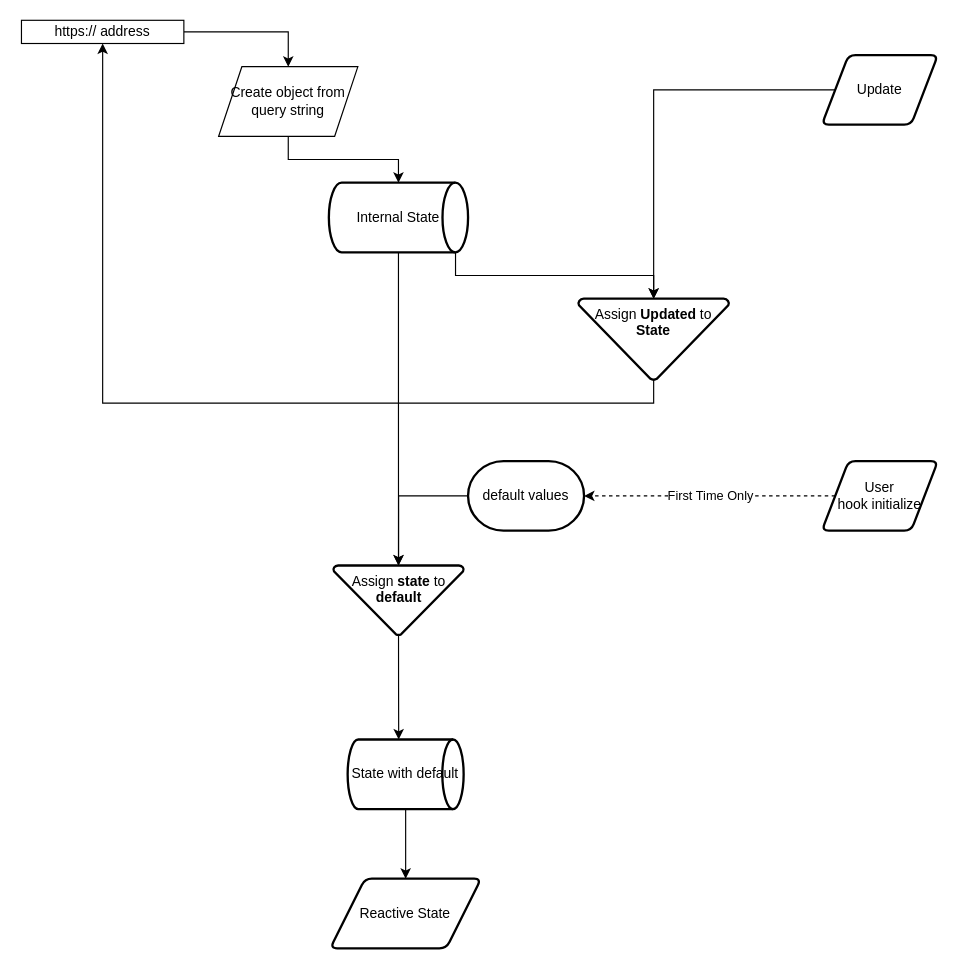
Earlier version of the draw.io diagram Flow.drawio (baruchiro/use-route-as-state). Source tidied: cells renumbered, new cells numbered last; positions are measured from the earlier drawing's top-left corner, leaving out a move shared by most shapes. Both pictures are drawn from the tidied source at 116%, with x=0, y=0 at pixel (21, 20).
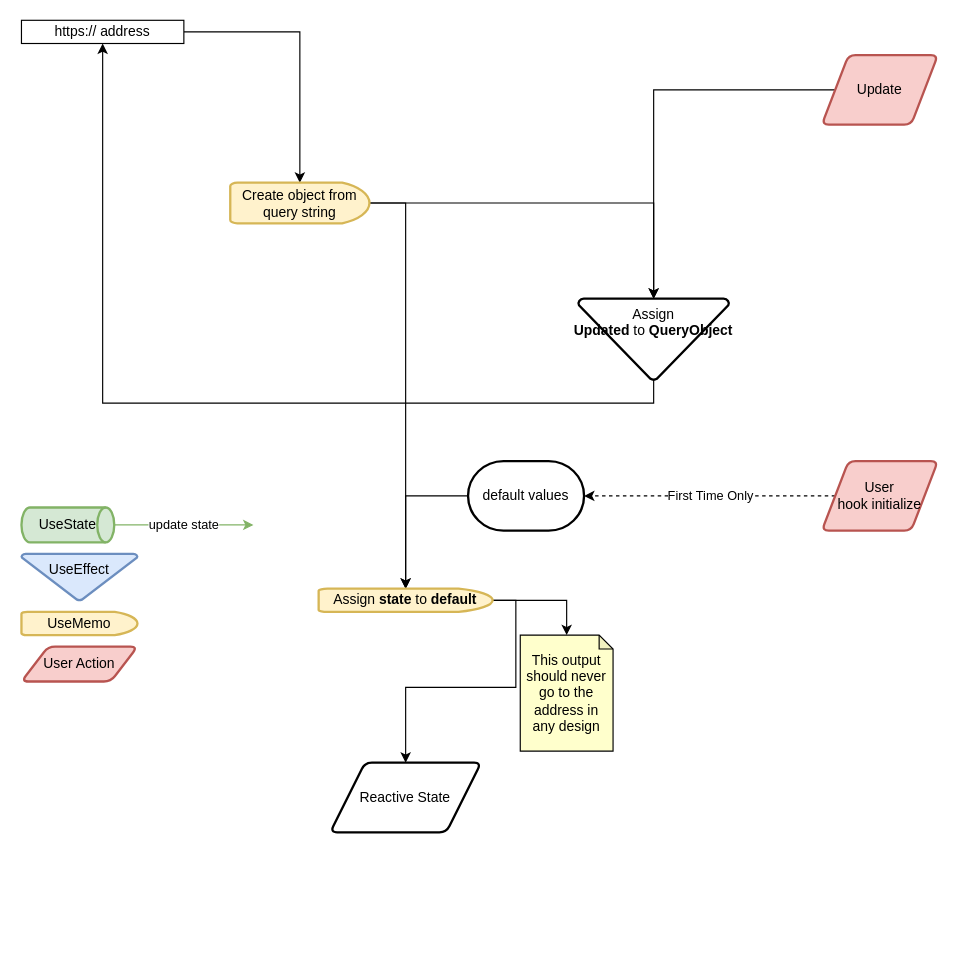
The same page after the edit.

Commit message:
Use memo

The change refers to these unchanged cells:
```xml
<mxCell id="3" value="https:// address" style="rounded=0;whiteSpace=wrap;html=1;" parent="1" vertex="1">
  <mxGeometry width="140" height="20" as="geometry" />
</mxCell>
<mxCell id="16" value="default values" style="strokeWidth=2;html=1;shape=mxgraph.flowchart.terminator;whiteSpace=wrap;" parent="1" vertex="1">
  <mxGeometry x="385" y="380" width="100" height="60" as="geometry" />
</mxCell>
```

What changed in the source:
```diff
@@
-    <mxCell id="2" style="edgeStyle=orthogonalEdgeStyle;rounded=0;jettySize=auto;html=1;" parent="1" edge="1" source="3" target="8">
+    <mxCell id="2" style="edgeStyle=orthogonalEdgeStyle;rounded=0;jettySize=auto;html=1;entryX=0.5;entryY=0;entryDx=0;entryDy=0;entryPerimeter=0;" parent="1" edge="1" source="3" target="8">
       <mxGeometry relative="1" as="geometry" />
     </mxCell>
@@
-    <mxCell id="5" value="User&lt;br&gt;hook initialize" style="shape=parallelogram;html=1;strokeWidth=2;perimeter=parallelogramPerimeter;whiteSpace=wrap;rounded=1;arcSize=12;size=0.23;" parent="1" vertex="1">
+    <mxCell id="5" value="User&lt;br&gt;hook initialize" style="shape=parallelogram;html=1;strokeWidth=2;perimeter=parallelogramPerimeter;whiteSpace=wrap;rounded=1;arcSize=12;size=0.23;fillColor=#f8cecc;strokeColor=#b85450;" parent="1" vertex="1">
       <mxGeometry x="690" y="380" width="100" height="60" as="geometry" />
     </mxCell>
     <mxCell id="6" value="Reactive State" style="shape=parallelogram;html=1;strokeWidth=2;perimeter=parallelogramPerimeter;whiteSpace=wrap;rounded=1;arcSize=12;size=0.23;" parent="1" vertex="1">
-      <mxGeometry x="266.2" y="740" width="130" height="60" as="geometry" />
+      <mxGeometry x="266.2" y="640" width="130" height="60" as="geometry" />
     </mxCell>
-    <mxCell id="7" style="edgeStyle=orthogonalEdgeStyle;rounded=0;jettySize=auto;html=1;entryX=0.5;entryY=0;entryDx=0;entryDy=0;entryPerimeter=0;" parent="1" edge="1" source="8" target="11">
-      <mxGeometry relative="1" as="geometry" />
-    </mxCell>
-    <mxCell id="8" value="Create object from query string" style="shape=parallelogram;perimeter=parallelogramPerimeter;whiteSpace=wrap;html=1;fixedSize=1;rounded=0;" parent="1" vertex="1">
-      <mxGeometry x="170" y="40" width="120" height="60" as="geometry" />
-    </mxCell>
-    <mxCell id="9" style="edgeStyle=orthogonalEdgeStyle;rounded=0;jettySize=auto;html=1;entryX=0.5;entryY=0;entryDx=0;entryDy=0;entryPerimeter=0;" parent="1" edge="1" source="11" target="18">
+    <mxCell id="9" style="edgeStyle=orthogonalEdgeStyle;rounded=0;jettySize=auto;html=1;entryX=0.5;entryY=0;entryDx=0;entryDy=0;entryPerimeter=0;exitX=1;exitY=0.5;exitDx=0;exitDy=0;exitPerimeter=0;" parent="1" edge="1" source="8" target="18">
       <mxGeometry relative="1" as="geometry" />
     </mxCell>
-    <mxCell id="10" style="edgeStyle=orthogonalEdgeStyle;rounded=0;jettySize=auto;html=1;entryX=0.5;entryY=0;entryDx=0;entryDy=0;entryPerimeter=0;exitX=0.91;exitY=1;exitDx=0;exitDy=0;exitPerimeter=0;" parent="1" edge="1" source="11" target="15">
+    <mxCell id="10" style="edgeStyle=orthogonalEdgeStyle;rounded=0;jettySize=auto;html=1;entryX=0.5;entryY=0;entryDx=0;entryDy=0;entryPerimeter=0;exitX=1;exitY=0.5;exitDx=0;exitDy=0;exitPerimeter=0;" parent="1" edge="1" source="8" target="15">
       <mxGeometry relative="1" as="geometry" />
     </mxCell>
-    <mxCell id="11" value="Internal State" style="strokeWidth=2;html=1;shape=mxgraph.flowchart.direct_data;whiteSpace=wrap;" parent="1" vertex="1">
-      <mxGeometry x="265" y="140" width="120" height="60" as="geometry" />
-    </mxCell>
@@
-    <mxCell id="13" value="Update" style="shape=parallelogram;html=1;strokeWidth=2;perimeter=parallelogramPerimeter;whiteSpace=wrap;rounded=1;arcSize=12;size=0.23;" parent="1" vertex="1">
+    <mxCell id="13" value="Update" style="shape=parallelogram;html=1;strokeWidth=2;perimeter=parallelogramPerimeter;whiteSpace=wrap;rounded=1;arcSize=12;size=0.23;fillColor=#f8cecc;strokeColor=#b85450;" parent="1" vertex="1">
       <mxGeometry x="690" y="30" width="100" height="60" as="geometry" />
     </mxCell>
@@
-    <mxCell id="15" value="Assign &lt;b&gt;Updated&lt;/b&gt;&amp;nbsp;to &lt;b&gt;State&lt;/b&gt;" style="strokeWidth=2;html=1;shape=mxgraph.flowchart.merge_or_storage;whiteSpace=wrap;verticalAlign=top;" parent="1" vertex="1">
+    <mxCell id="15" value="Assign &lt;b&gt;Updated&lt;/b&gt;&amp;nbsp;to&lt;b&gt;&amp;nbsp;QueryObject&lt;/b&gt;" style="strokeWidth=2;html=1;shape=mxgraph.flowchart.merge_or_storage;whiteSpace=wrap;verticalAlign=top;" parent="1" vertex="1">
       <mxGeometry x="480" y="240" width="130" height="70" as="geometry" />
     </mxCell>
@@
-    <mxCell id="17" style="edgeStyle=orthogonalEdgeStyle;rounded=0;jettySize=auto;html=1;exitX=0.5;exitY=1;exitDx=0;exitDy=0;exitPerimeter=0;entryX=0.44;entryY=0;entryDx=0;entryDy=0;startArrow=none;startFill=0;entryPerimeter=0;" parent="1" edge="1" source="18" target="21">
-      <mxGeometry relative="1" as="geometry" />
-    </mxCell>
+    <mxCell id="22" style="edgeStyle=orthogonalEdgeStyle;rounded=0;jettySize=auto;html=1;entryX=0.5;entryY=0;entryDx=0;entryDy=0;entryPerimeter=0;startArrow=none;startFill=0;exitX=1;exitY=0.5;exitDx=0;exitDy=0;exitPerimeter=0;" parent="1" edge="1" source="18" target="23">
+      <mxGeometry relative="1" as="geometry" />
+    </mxCell>
+    <mxCell id="19" style="edgeStyle=orthogonalEdgeStyle;rounded=0;jettySize=auto;html=1;entryX=0.5;entryY=0;entryDx=0;entryDy=0;entryPerimeter=0;exitX=0;exitY=0.5;exitDx=0;exitDy=0;exitPerimeter=0;" parent="1" edge="1" source="16" target="18">
+      <mxGeometry relative="1" as="geometry" />
+    </mxCell>
+    <mxCell id="23" value="This output should never go to the address in any design" style="shape=note;whiteSpace=wrap;html=1;backgroundOutline=1;darkOpacity=0.05;size=12;fillColor=#FFFFCC;" parent="1" vertex="1">
+      <mxGeometry x="430" y="530" width="80" height="100" as="geometry" />
+    </mxCell>
+    <mxCell id="24" value="update state" style="edgeStyle=orthogonalEdgeStyle;rounded=0;jettySize=auto;html=1;startArrow=none;startFill=0;fillColor=#d5e8d4;strokeColor=#82b366;" parent="1" edge="1" source="25">
+      <mxGeometry relative="1" as="geometry">
+        <mxPoint x="200" y="435" as="targetPoint" />
+      </mxGeometry>
+    </mxCell>
+    <mxCell id="25" value="UseState" style="strokeWidth=2;html=1;shape=mxgraph.flowchart.direct_data;whiteSpace=wrap;fillColor=#d5e8d4;strokeColor=#82b366;" parent="1" vertex="1">
+      <mxGeometry y="420" width="80" height="30" as="geometry" />
+    </mxCell>
+    <mxCell id="26" value="UseEffect" style="strokeWidth=2;html=1;shape=mxgraph.flowchart.merge_or_storage;whiteSpace=wrap;verticalAlign=top;fillColor=#dae8fc;strokeColor=#6c8ebf;" parent="1" vertex="1">
+      <mxGeometry y="460" width="100" height="40" as="geometry" />
+    </mxCell>
+    <mxCell id="27" value="UseMemo" style="strokeWidth=2;html=1;shape=mxgraph.flowchart.delay;whiteSpace=wrap;fillColor=#fff2cc;strokeColor=#d6b656;" parent="1" vertex="1">
+      <mxGeometry y="510" width="100" height="20" as="geometry" />
+    </mxCell>
+    <mxCell id="8" value="Create object from query string" style="strokeWidth=2;html=1;shape=mxgraph.flowchart.delay;whiteSpace=wrap;fillColor=#fff2cc;strokeColor=#d6b656;" parent="1" vertex="1">
+      <mxGeometry x="180" y="140" width="120" height="35" as="geometry" />
+    </mxCell>
+    <mxCell id="28" value="User Action" style="shape=parallelogram;html=1;strokeWidth=2;perimeter=parallelogramPerimeter;whiteSpace=wrap;rounded=1;arcSize=12;size=0.23;fillColor=#f8cecc;strokeColor=#b85450;" parent="1" vertex="1">
+      <mxGeometry y="540" width="100" height="30" as="geometry" />
+    </mxCell>
+    <mxCell id="29" style="edgeStyle=orthogonalEdgeStyle;rounded=0;jettySize=auto;html=1;exitX=1;exitY=0.5;exitDx=0;exitDy=0;exitPerimeter=0;entryX=0.5;entryY=0;entryDx=0;entryDy=0;startArrow=none;startFill=0;" parent="1" edge="1" source="18" target="6">
+      <mxGeometry relative="1" as="geometry" />
+    </mxCell>
-    <mxCell id="18" value="Assign &lt;b&gt;state&lt;/b&gt;&amp;nbsp;to &lt;b&gt;default&lt;/b&gt;" style="strokeWidth=2;html=1;shape=mxgraph.flowchart.merge_or_storage;whiteSpace=wrap;verticalAlign=top;" parent="1" vertex="1">
-      <mxGeometry x="268.8" y="470" width="112.5" height="60" as="geometry" />
+    <mxCell id="18" value="Assign&amp;nbsp;&lt;b&gt;state&lt;/b&gt;&amp;nbsp;to&amp;nbsp;&lt;b&gt;default&lt;/b&gt;" style="strokeWidth=2;html=1;shape=mxgraph.flowchart.delay;whiteSpace=wrap;fillColor=#fff2cc;strokeColor=#d6b656;" parent="1" vertex="1">
+      <mxGeometry x="256.2" y="490" width="150" height="20" as="geometry" />
     </mxCell>
-    <mxCell id="19" style="edgeStyle=orthogonalEdgeStyle;rounded=0;jettySize=auto;html=1;entryX=0.5;entryY=0;entryDx=0;entryDy=0;entryPerimeter=0;exitX=0;exitY=0.5;exitDx=0;exitDy=0;exitPerimeter=0;" parent="1" edge="1" source="16" target="18">
-      <mxGeometry relative="1" as="geometry" />
-    </mxCell>
-    <mxCell id="20" style="edgeStyle=orthogonalEdgeStyle;rounded=0;jettySize=auto;html=1;entryX=0.5;entryY=0;entryDx=0;entryDy=0;startArrow=none;startFill=0;" parent="1" edge="1" source="21" target="6">
-      <mxGeometry relative="1" as="geometry" />
-    </mxCell>
-    <mxCell id="21" value="State with default" style="strokeWidth=2;html=1;shape=mxgraph.flowchart.direct_data;whiteSpace=wrap;" parent="1" vertex="1">
-      <mxGeometry x="281.2" y="620" width="100" height="60" as="geometry" />
-    </mxCell>
```
